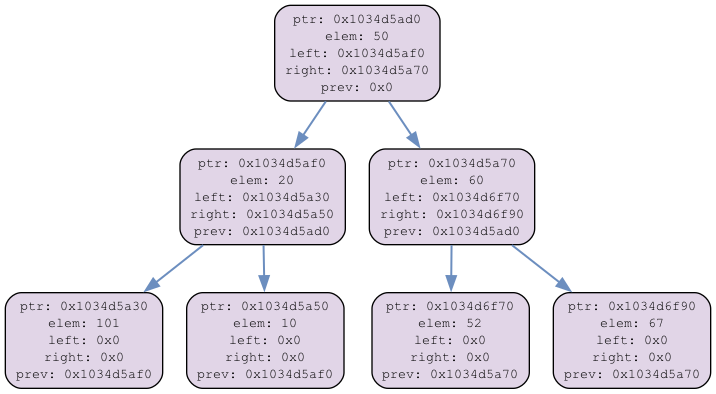
This is TREE_dump.png from savva289-prog/bin-TREE, a Graphviz export, as it was before one commit. Its source is kept beside it as TREE_dump.dot.
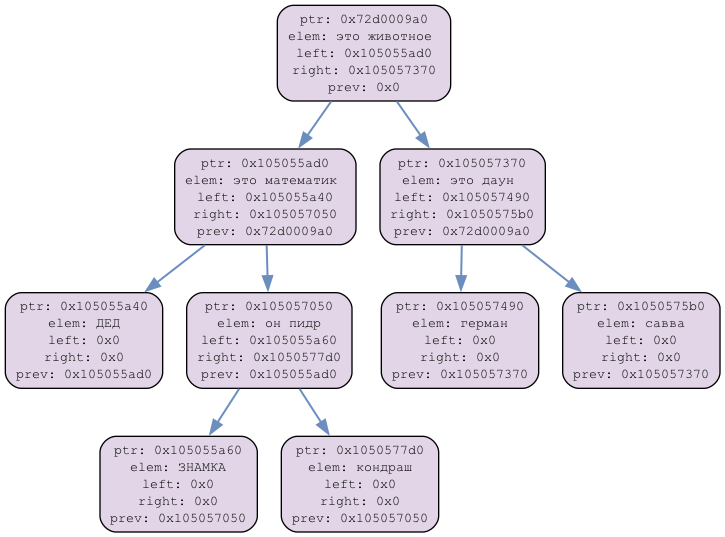
The same diagram one commit later.

What changed in the source:
```diff
@@ -3,17 +3,21 @@
     node [shape=box, style="filled, rounded", fillcolor="#e1d5e7", fontname="Courier", fontsize=10];
     edge [color="#6c8ebf", penwidth=1.5];
 
-    node_0x1034d5ad0 [label="ptr: 0x1034d5ad0\nelem: 50\nleft: 0x1034d5af0\nright: 0x1034d5a70\nprev: 0x0"];
-    node_0x1034d5ad0 -> node_0x1034d5af0;
-    node_0x1034d5ad0 -> node_0x1034d5a70;
-    node_0x1034d5af0 [label="ptr: 0x1034d5af0\nelem: 20\nleft: 0x1034d5a30\nright: 0x1034d5a50\nprev: 0x1034d5ad0"];
-    node_0x1034d5af0 -> node_0x1034d5a30;
-    node_0x1034d5af0 -> node_0x1034d5a50;
-    node_0x1034d5a30 [label="ptr: 0x1034d5a30\nelem: 101\nleft: 0x0\nright: 0x0\nprev: 0x1034d5af0"];
-    node_0x1034d5a50 [label="ptr: 0x1034d5a50\nelem: 10\nleft: 0x0\nright: 0x0\nprev: 0x1034d5af0"];
-    node_0x1034d5a70 [label="ptr: 0x1034d5a70\nelem: 60\nleft: 0x1034d6f70\nright: 0x1034d6f90\nprev: 0x1034d5ad0"];
-    node_0x1034d5a70 -> node_0x1034d6f70;
-    node_0x1034d5a70 -> node_0x1034d6f90;
-    node_0x1034d6f70 [label="ptr: 0x1034d6f70\nelem: 52\nleft: 0x0\nright: 0x0\nprev: 0x1034d5a70"];
-    node_0x1034d6f90 [label="ptr: 0x1034d6f90\nelem: 67\nleft: 0x0\nright: 0x0\nprev: 0x1034d5a70"];
+    node_0x104f55ad0 [label="ptr: 0x104f55ad0\nelem: это животное \nleft: 0x9490009a0\nright: 0x949000a00\nprev: 0x0"];
+    node_0x104f55ad0 -> node_0x9490009a0;
+    node_0x104f55ad0 -> node_0x949000a00;
+    node_0x9490009a0 [label="ptr: 0x9490009a0\nelem: это математик \nleft: 0x104f57050\nright: 0x9490009e0\nprev: 0x104f55ad0"];
+    node_0x9490009a0 -> node_0x104f57050;
+    node_0x9490009a0 -> node_0x9490009e0;
+    node_0x104f57050 [label="ptr: 0x104f57050\nelem: он тупее\nleft: 0x9490009c0\nright: 0x104f55a40\nprev: 0x9490009a0"];
+    node_0x104f57050 -> node_0x9490009c0;
+    node_0x104f57050 -> node_0x104f55a40;
+    node_0x9490009c0 [label="ptr: 0x9490009c0\nelem: ДЕД\nleft: 0x0\nright: 0x0\nprev: 0x104f57050"];
+    node_0x104f55a40 [label="ptr: 0x104f55a40\nelem: антона\nleft: 0x0\nright: 0x0\nprev: 0x104f57050"];
+    node_0x9490009e0 [label="ptr: 0x9490009e0\nelem: ЗНАМКА\nleft: 0x0\nright: 0x0\nprev: 0x9490009a0"];
+    node_0x949000a00 [label="ptr: 0x949000a00\nelem: это даун \nleft: 0x949000a20\nright: 0x949000a40\nprev: 0x104f55ad0"];
+    node_0x949000a00 -> node_0x949000a20;
+    node_0x949000a00 -> node_0x949000a40;
+    node_0x949000a20 [label="ptr: 0x949000a20\nelem: савва\nleft: 0x0\nright: 0x0\nprev: 0x949000a00"];
+    node_0x949000a40 [label="ptr: 0x949000a40\nelem: герман\nleft: 0x0\nright: 0x0\nprev: 0x949000a00"];
 }
```
